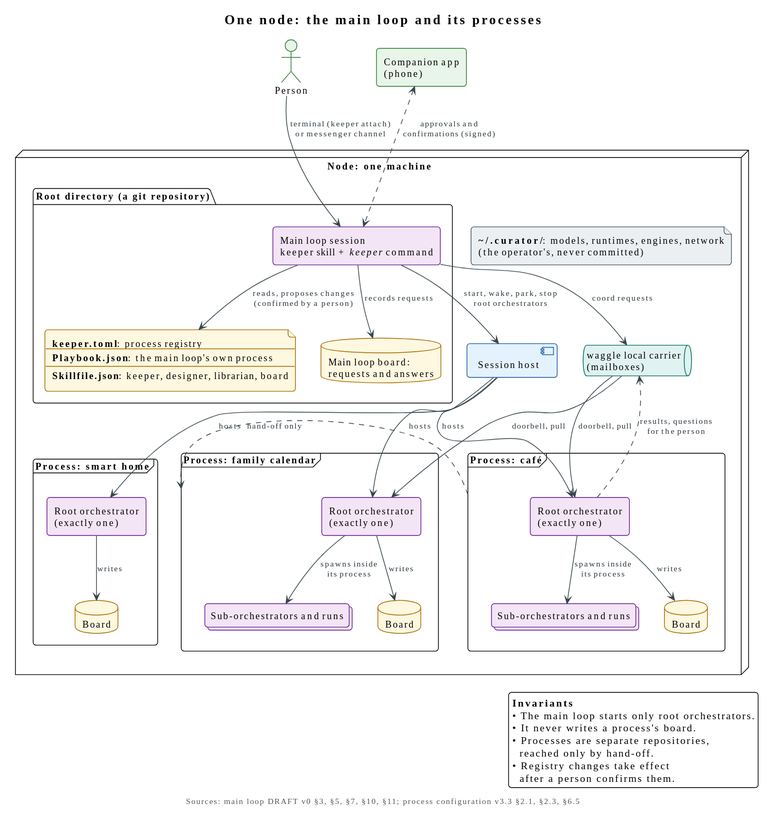
The PlantUML diagram diagrams/artefacts/plantuml/one-node-system.svg in relux-works/curator-keeper, before a commit. The source it was exported from:
```plantuml
@startuml
!include ../_includes/theme.puml


title One node: the main loop and its processes
caption Sources: main loop DRAFT v0 §3, §5, §7, §10, §11; process configuration v3.3 §2.1, §2.3, §6.5

hide stereotype

skinparam component<<service>> {
  BackgroundColor $SERVICE
  BorderColor $SERVICE_LINE
}
skinparam rectangle<<agent>> {
  BackgroundColor $AGENT
  BorderColor $AGENT_LINE
}
skinparam collections<<agent>> {
  BackgroundColor $AGENT
  BorderColor $AGENT_LINE
}
skinparam file<<committed>> {
  BackgroundColor $COMMITTED
  BorderColor $COMMITTED_LINE
}
skinparam database<<committed>> {
  BackgroundColor $COMMITTED
  BorderColor $COMMITTED_LINE
}
skinparam file<<private>> {
  BackgroundColor $PRIVATE
  BorderColor $PRIVATE_LINE
}
skinparam actor<<person>> {
  BackgroundColor $PERSON
  BorderColor $PERSON_LINE
}
skinparam rectangle<<person>> {
  BackgroundColor $PERSON
  BorderColor $PERSON_LINE
}
skinparam queue<<carrier>> {
  BackgroundColor $CARRIER
  BorderColor $CARRIER_LINE
}

actor "Person" as person <<person>>
rectangle "Companion app\n(phone)" as app <<person>>

node "Node: one machine" as node {

  folder "Root directory (a git repository)" as root {
    rectangle "Main loop session\nkeeper skill + <i>keeper</i> command" as mainloop <<agent>>
    file registry <<committed>> [
      <b>keeper.toml</b>: process registry
      ----
      <b>Playbook.json</b>: the main loop's own process
      ----
      <b>Skillfile.json</b>: keeper, designer, librarian, board
    ]
    database "Main loop board:\nrequests and answers" as rootboard <<committed>>
  }

  component "Session host" as sessionhost <<service>>
  queue "waggle local carrier\n(mailboxes)" as carrier <<carrier>>

  frame "Process: family calendar" as procCal {
    rectangle "Root orchestrator\n(exactly one)" as rootCal <<agent>>
    collections "Sub-orchestrators and runs" as runsCal <<agent>>
    database "Board" as boardCal <<committed>>
  }

  frame "Process: café" as procCafe {
    rectangle "Root orchestrator\n(exactly one)" as rootCafe <<agent>>
    collections "Sub-orchestrators and runs" as runsCafe <<agent>>
    database "Board" as boardCafe <<committed>>
  }

  frame "Process: smart home" as procHome {
    rectangle "Root orchestrator\n(exactly one)" as rootHome <<agent>>
    database "Board" as boardHome <<committed>>
  }

  file operatorfiles <<private>> [
    <b><U+007E>/.curator/</b>: models, runtimes, engines, network
    (the operator's, never committed)
  ]
}

person --> mainloop : terminal (keeper attach)\nor messenger channel
app <..> mainloop : approvals and\nconfirmations (signed)

mainloop --> registry : reads, proposes changes\n(confirmed by a person)
mainloop --> rootboard : records requests
mainloop --> sessionhost : start, wake, park, stop\nroot orchestrators
mainloop --> carrier : coord requests
carrier --> rootCal : doorbell, pull
carrier --> rootCafe : doorbell, pull
rootCafe ..> carrier : results, questions\nfor the person

sessionhost --> rootCal : hosts
sessionhost --> rootCafe : hosts
sessionhost --> rootHome : hosts

rootCal --> runsCal : spawns inside\nits process
rootCafe --> runsCafe : spawns inside\nits process
rootCal --> boardCal : writes
rootCafe --> boardCafe : writes
rootHome --> boardHome : writes

procCafe .right.> procCal : hand-off only

legend right
  <b>Invariants</b>
  • The main loop starts only root orchestrators.
  • It never writes a process's board.
  • Processes are separate repositories,
    reached only by hand-off.
  • Registry changes take effect
    after a person confirms them.
endlegend
@enduml
```
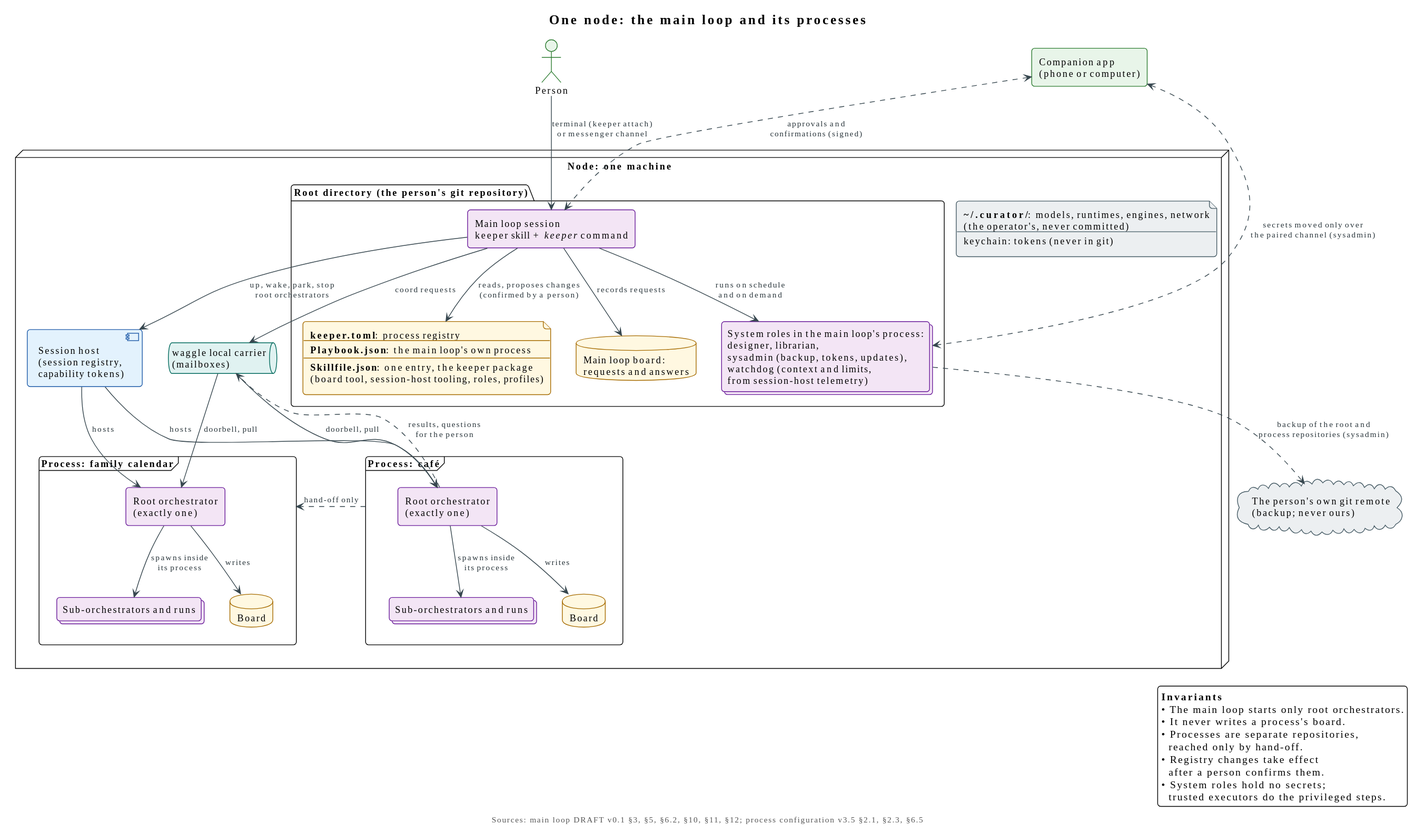
After the change.

What changed in the source:
```diff
@@ -3,7 +3,7 @@
 
 
 title One node: the main loop and its processes
-caption Sources: main loop DRAFT v0 §3, §5, §7, §10, §11; process configuration v3.3 §2.1, §2.3, §6.5
+caption Sources: main loop DRAFT v0.1 §3, §5, §6.2, §10, §11, §12; process configuration v3.5 §2.1, §2.3, §6.5
 
 hide stereotype
 
@@ -31,6 +31,10 @@
   BackgroundColor $PRIVATE
   BorderColor $PRIVATE_LINE
 }
+skinparam cloud<<private>> {
+  BackgroundColor $PRIVATE
+  BorderColor $PRIVATE_LINE
+}
 skinparam actor<<person>> {
   BackgroundColor $PERSON
   BorderColor $PERSON_LINE
@@ -45,23 +49,26 @@
 }
 
 actor "Person" as person <<person>>
-rectangle "Companion app\n(phone)" as app <<person>>
+rectangle "Companion app\n(phone or computer)" as app <<person>>
+cloud "The person's own git remote\n(backup; never ours)" as remote <<private>>
 
 node "Node: one machine" as node {
 
-  folder "Root directory (a git repository)" as root {
+  folder "Root directory (the person's git repository)" as root {
     rectangle "Main loop session\nkeeper skill + <i>keeper</i> command" as mainloop <<agent>>
+    collections "System roles in the main loop's process:\ndesigner, librarian,\nsysadmin (backup, tokens, updates),\nwatchdog (context and limits,\nfrom session-host telemetry)" as sysroles <<agent>>
     file registry <<committed>> [
       <b>keeper.toml</b>: process registry
       ----
       <b>Playbook.json</b>: the main loop's own process
       ----
-      <b>Skillfile.json</b>: keeper, designer, librarian, board
+      <b>Skillfile.json</b>: one entry, the keeper package
+      (board tool, session-host tooling, roles, profiles)
     ]
     database "Main loop board:\nrequests and answers" as rootboard <<committed>>
   }
 
-  component "Session host" as sessionhost <<service>>
+  component "Session host\n(session registry,\ncapability tokens)" as sessionhost <<service>>
   queue "waggle local carrier\n(mailboxes)" as carrier <<carrier>>
 
   frame "Process: family calendar" as procCal {
@@ -76,23 +83,22 @@
     database "Board" as boardCafe <<committed>>
   }
 
-  frame "Process: smart home" as procHome {
-    rectangle "Root orchestrator\n(exactly one)" as rootHome <<agent>>
-    database "Board" as boardHome <<committed>>
-  }
-
   file operatorfiles <<private>> [
     <b><U+007E>/.curator/</b>: models, runtimes, engines, network
     (the operator's, never committed)
+    ----
+    keychain: tokens (never in git)
   ]
 }
 
 person --> mainloop : terminal (keeper attach)\nor messenger channel
 app <..> mainloop : approvals and\nconfirmations (signed)
+app <..> sysroles : secrets moved only over\nthe paired channel (sysadmin)
 
 mainloop --> registry : reads, proposes changes\n(confirmed by a person)
 mainloop --> rootboard : records requests
-mainloop --> sessionhost : start, wake, park, stop\nroot orchestrators
+mainloop --> sysroles : runs on schedule\nand on demand
+mainloop --> sessionhost : up, wake, park, stop\nroot orchestrators
 mainloop --> carrier : coord requests
 carrier --> rootCal : doorbell, pull
 carrier --> rootCafe : doorbell, pull
@@ -100,13 +106,13 @@
 
 sessionhost --> rootCal : hosts
 sessionhost --> rootCafe : hosts
-sessionhost --> rootHome : hosts
+
+sysroles ..> remote : backup of the root and\nprocess repositories (sysadmin)
 
 rootCal --> runsCal : spawns inside\nits process
 rootCafe --> runsCafe : spawns inside\nits process
 rootCal --> boardCal : writes
 rootCafe --> boardCafe : writes
-rootHome --> boardHome : writes
 
 procCafe .right.> procCal : hand-off only
 
@@ -118,5 +124,7 @@
     reached only by hand-off.
   • Registry changes take effect
     after a person confirms them.
+  • System roles hold no secrets;
+    trusted executors do the privileged steps.
 endlegend
 @enduml
```
